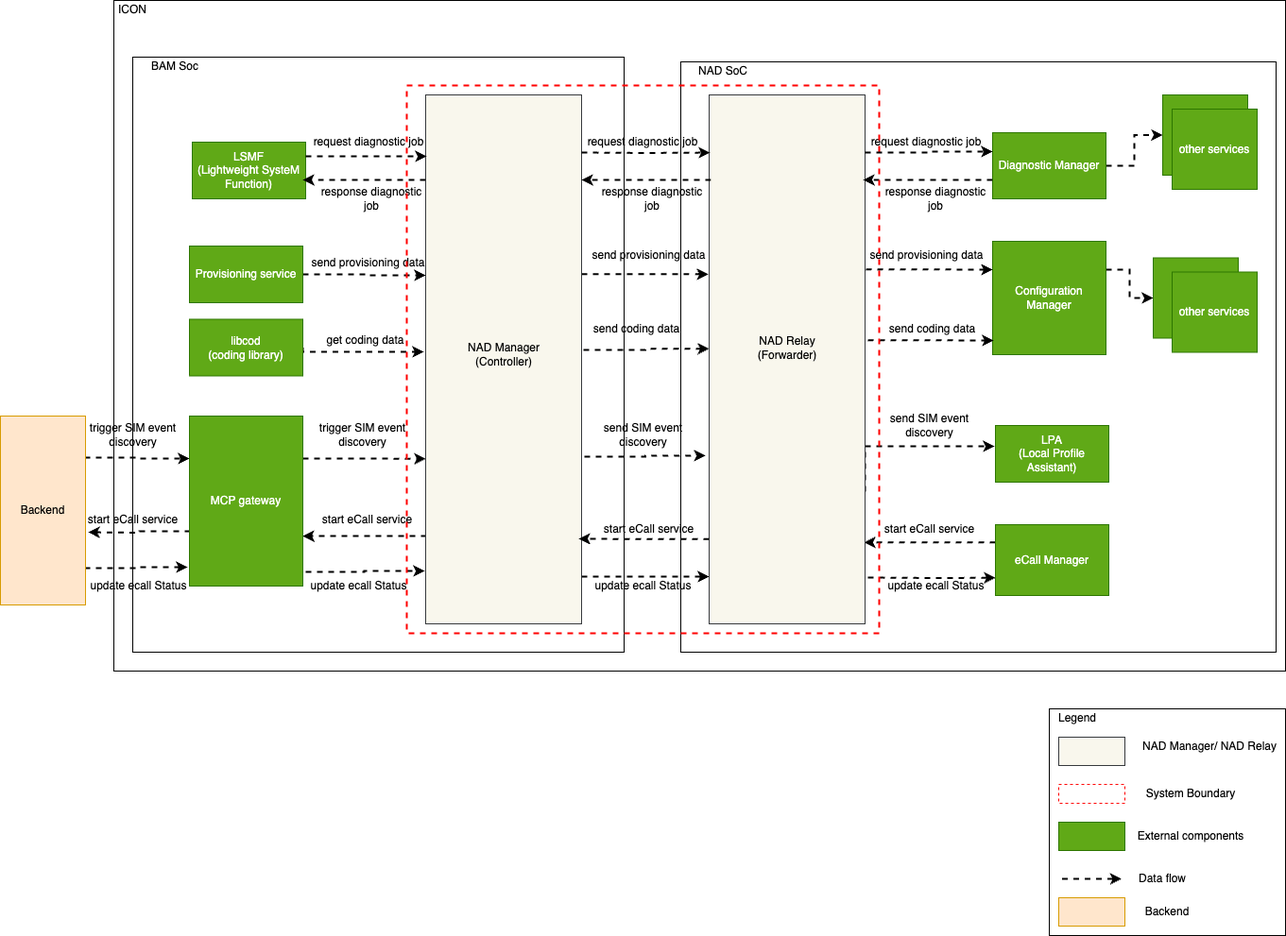
The draw.io diagram doc/SA cert/Design/figures/system_context/system_context-Nadmgr_nadproxy.drawio.png in taikt/codefun, before a commit. Source tidied: cells renumbered, new cells last; positions are measured from the earlier drawing's top-left corner, leaving out a move shared by most shapes.
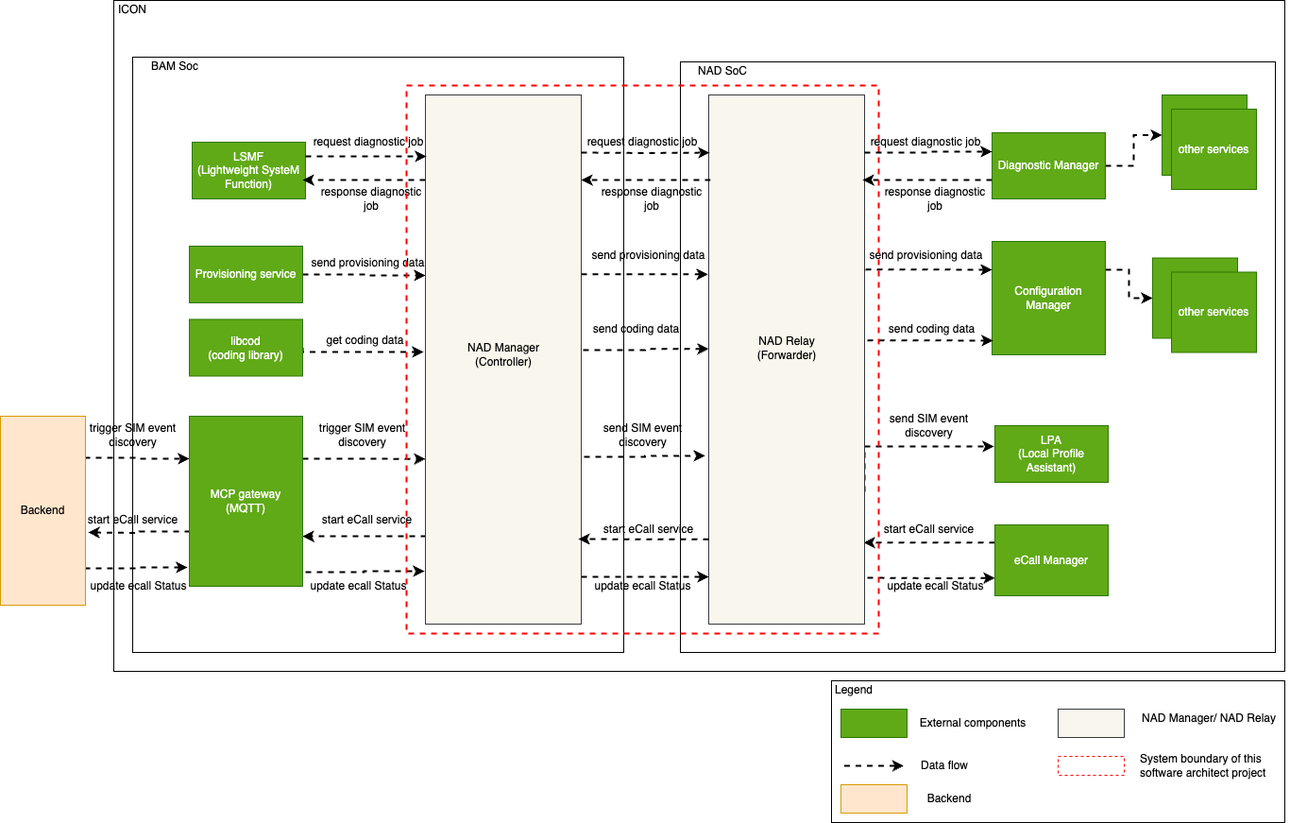
The same file after the commit.

Change to the diagram source:
```diff
@@ -36,37 +36,37 @@
       <mxGeometry x="1050" y="255" width="120" height="120" as="geometry" />
     </mxCell>
     <mxCell id="13" style="rounded=0;whiteSpace=wrap;html=1;" parent="1" vertex="1">
-      <mxGeometry x="1110" y="750" width="250" height="240" as="geometry" />
+      <mxGeometry x="880" y="720" width="480" height="150" as="geometry" />
     </mxCell>
     <mxCell id="14" value="Legend" style="text;html=1;strokeColor=none;fillColor=none;align=center;verticalAlign=middle;whiteSpace=wrap;rounded=0;" parent="1" vertex="1">
-      <mxGeometry x="1120" y="750" width="40" height="20" as="geometry" />
+      <mxGeometry x="883.5" y="720" width="40" height="20" as="geometry" />
     </mxCell>
     <mxCell id="15" style="rounded=0;whiteSpace=wrap;html=1;fillColor=#f9f7ed;strokeColor=#36393d;" parent="1" vertex="1">
-      <mxGeometry x="1120" y="780" width="70" height="30" as="geometry" />
+      <mxGeometry x="1120" y="750" width="70" height="30" as="geometry" />
     </mxCell>
     <mxCell id="16" style="rounded=0;whiteSpace=wrap;html=1;fillColor=#60a917;strokeColor=#2D7600;fontColor=#ffffff;" parent="1" vertex="1">
-      <mxGeometry x="1120" y="870" width="70" height="30" as="geometry" />
+      <mxGeometry x="890" y="750" width="70" height="30" as="geometry" />
     </mxCell>
     <mxCell id="17" value="NAD Manager/ NAD Relay" style="text;html=1;strokeColor=none;fillColor=none;align=center;verticalAlign=middle;whiteSpace=wrap;rounded=0;" parent="1" vertex="1">
-      <mxGeometry x="1200" y="780" width="160" height="20" as="geometry" />
+      <mxGeometry x="1200" y="750" width="160" height="20" as="geometry" />
     </mxCell>
     <mxCell id="18" style="rounded=0;whiteSpace=wrap;html=1;dashed=1;strokeColor=#FF0000;fillColor=none;" parent="1" vertex="1">
-      <mxGeometry x="1120" y="830" width="70" height="20" as="geometry" />
+      <mxGeometry x="1120" y="800" width="70" height="20" as="geometry" />
     </mxCell>
-    <mxCell id="19" value="System Boundary" style="text;html=1;strokeColor=none;fillColor=none;align=center;verticalAlign=middle;whiteSpace=wrap;rounded=0;" parent="1" vertex="1">
-      <mxGeometry x="1180" y="830" width="160" height="20" as="geometry" />
+    <mxCell id="19" value="System boundary of this software architect project" style="text;html=1;strokeColor=none;fillColor=none;align=left;verticalAlign=middle;whiteSpace=wrap;rounded=0;" parent="1" vertex="1">
+      <mxGeometry x="1205" y="800" width="160" height="20" as="geometry" />
     </mxCell>
     <mxCell id="20" value="External components" style="text;html=1;strokeColor=none;fillColor=none;align=center;verticalAlign=middle;whiteSpace=wrap;rounded=0;" parent="1" vertex="1">
-      <mxGeometry x="1180" y="875" width="160" height="20" as="geometry" />
+      <mxGeometry x="950" y="755" width="160" height="20" as="geometry" />
     </mxCell>
     <mxCell id="21" style="edgeStyle=orthogonalEdgeStyle;rounded=0;orthogonalLoop=1;jettySize=auto;html=1;dashed=1;strokeWidth=2;" parent="1" edge="1">
       <mxGeometry relative="1" as="geometry">
-        <mxPoint x="1123.5" y="930" as="sourcePoint" />
-        <mxPoint x="1186.5" y="930" as="targetPoint" />
+        <mxPoint x="893.5" y="810" as="sourcePoint" />
+        <mxPoint x="956.5" y="810" as="targetPoint" />
       </mxGeometry>
     </mxCell>
     <mxCell id="22" value="Data flow" style="text;html=1;strokeColor=none;fillColor=none;align=center;verticalAlign=middle;whiteSpace=wrap;rounded=0;" parent="1" vertex="1">
-      <mxGeometry x="1150" y="920" width="160" height="20" as="geometry" />
+      <mxGeometry x="920" y="800" width="160" height="20" as="geometry" />
     </mxCell>
     <mxCell id="23" style="rounded=0;whiteSpace=wrap;html=1;fillColor=none;" parent="1" vertex="1">
       <mxGeometry x="140" y="60" width="520" height="630" as="geometry" />
@@ -115,7 +115,7 @@
     <mxCell id="37" style="edgeStyle=orthogonalEdgeStyle;rounded=0;jettySize=auto;html=1;exitX=1.025;exitY=0.917;exitDx=0;exitDy=0;entryX=-0.006;entryY=0.9;entryDx=0;entryDy=0;entryPerimeter=0;dashed=1;strokeWidth=2;exitPerimeter=0;" parent="1" edge="1" source="38" target="29">
       <mxGeometry relative="1" as="geometry" />
     </mxCell>
-    <mxCell id="38" value="MCP gateway" style="rounded=0;whiteSpace=wrap;html=1;strokeColor=#2D7600;fillColor=#60a917;fontColor=#ffffff;" parent="1" vertex="1">
+    <mxCell id="38" value="MCP gateway&lt;br&gt;(MQTT)" style="rounded=0;whiteSpace=wrap;html=1;strokeColor=#2D7600;fillColor=#60a917;fontColor=#ffffff;" parent="1" vertex="1">
       <mxGeometry x="200" y="440" width="120" height="180" as="geometry" />
     </mxCell>
     <mxCell id="39" style="edgeStyle=orthogonalEdgeStyle;rounded=0;jettySize=auto;html=1;exitX=1;exitY=0.5;exitDx=0;exitDy=0;entryX=0;entryY=0.341;entryDx=0;entryDy=0;entryPerimeter=0;dashed=1;strokeWidth=2;" parent="1" edge="1" source="40" target="29">
@@ -296,10 +296,10 @@
       <mxGeometry x="923.5" y="610" width="133" height="20" as="geometry" />
     </mxCell>
     <mxCell id="85" style="rounded=0;whiteSpace=wrap;html=1;fillColor=#ffe6cc;strokeColor=#d79b00;" parent="1" vertex="1">
-      <mxGeometry x="1120" y="950" width="70" height="30" as="geometry" />
+      <mxGeometry x="890" y="830" width="70" height="30" as="geometry" />
     </mxCell>
     <mxCell id="86" value="Backend" style="text;html=1;strokeColor=none;fillColor=none;align=center;verticalAlign=middle;whiteSpace=wrap;rounded=0;" parent="1" vertex="1">
-      <mxGeometry x="1155" y="955" width="160" height="20" as="geometry" />
+      <mxGeometry x="925" y="835" width="160" height="20" as="geometry" />
     </mxCell>
     <mxCell id="87" style="rounded=0;whiteSpace=wrap;html=1;fillColor=none;strokeColor=#FF0000;strokeWidth=2;dashed=1;" parent="1" vertex="1">
       <mxGeometry x="430" y="90" width="500" height="580" as="geometry" />
```
